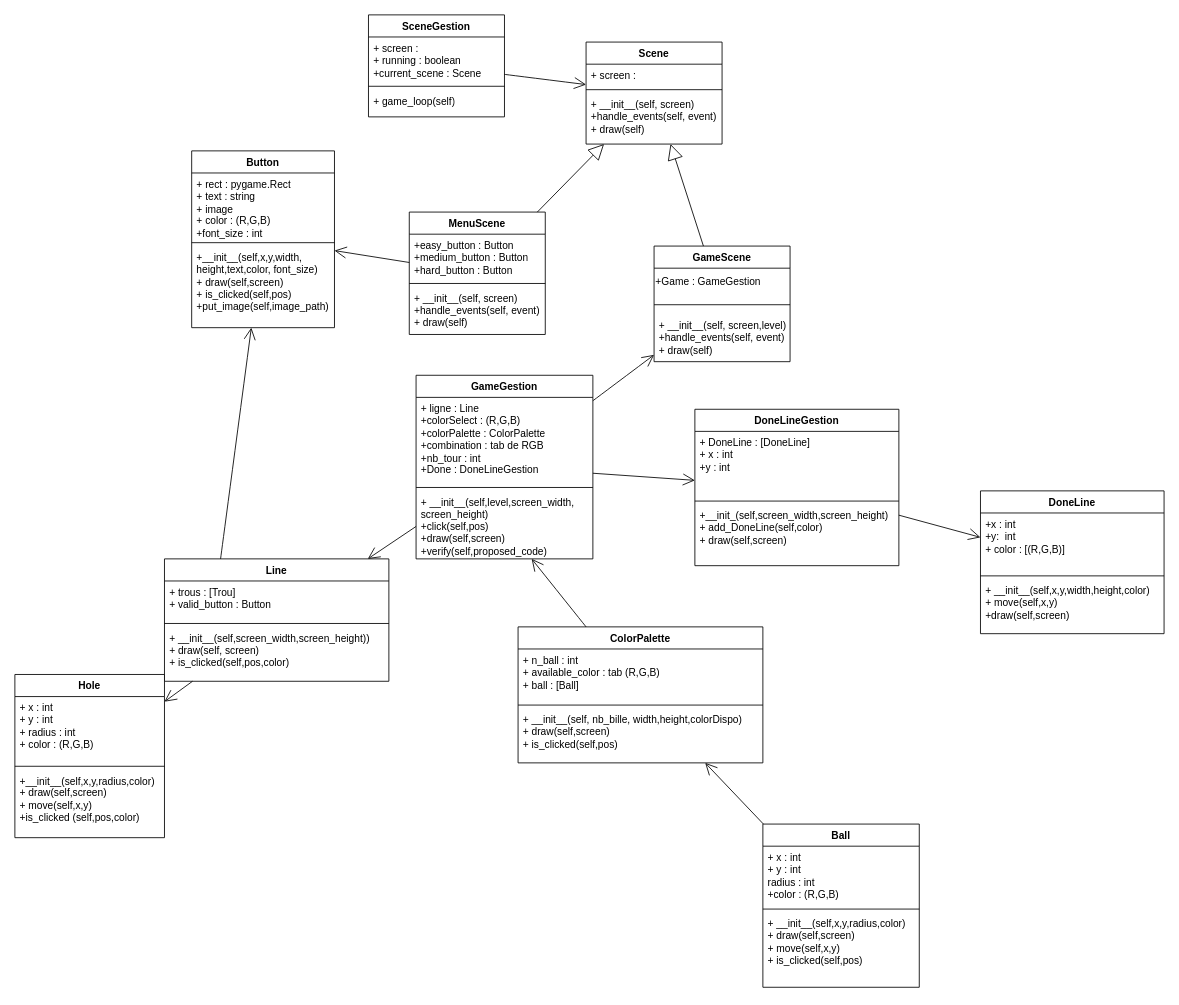
Before: UML_mastermind.drawio in dcr29/mastermind-game, a draw.io diagram. Source tidied: cells renumbered, new cells numbered last; positions are measured from the earlier drawing's top-left corner, leaving out a move shared by most shapes. Both pictures are drawn from the tidied source at 85%, with x=0, y=0 at pixel (14, 14).
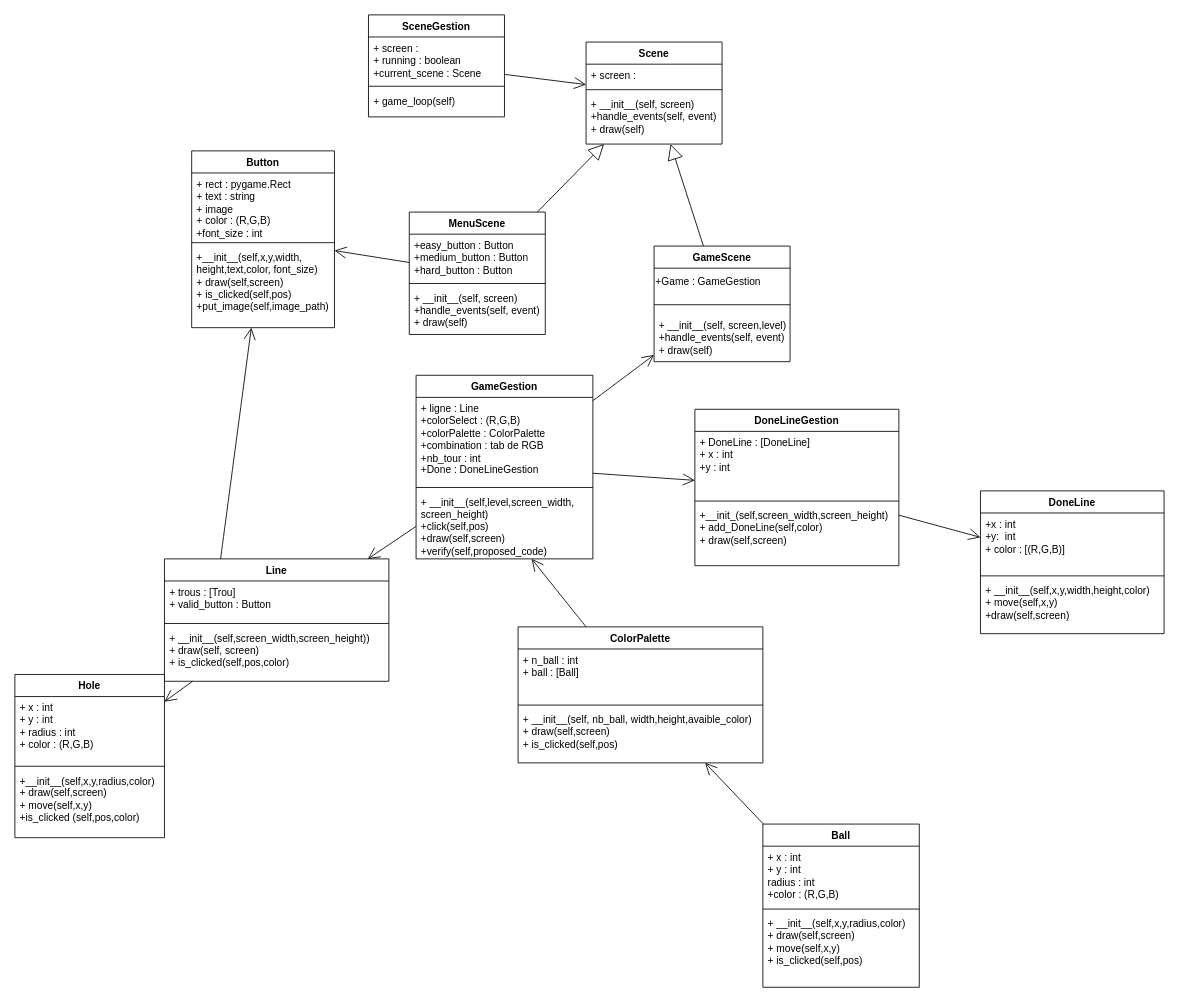
The same page after the edit.

Commit message:
Modif dans colorPalette

Unchanged cells that the change refers to:
```xml
<mxCell id="39" value="ColorPalette" style="swimlane;fontStyle=1;align=center;verticalAlign=top;horizontal=1;startSize=26;whiteSpace=wrap;html=1;" parent="1" vertex="1">
  <mxGeometry x="592" y="720" width="288" height="160" as="geometry" />
</mxCell>
```

What changed in the source:
```diff
@@
-    <mxCell id="40" value="+ n_ball : int&lt;div&gt;+ available_color : tab (R,G,B)&lt;/div&gt;&lt;div&gt;+ ball : [Ball]&lt;/div&gt;" style="text;strokeColor=none;fillColor=none;align=left;verticalAlign=top;spacingLeft=4;spacingRight=4;overflow=hidden;whiteSpace=wrap;html=1;" parent="39" vertex="1">
+    <mxCell id="40" value="+ n_ball : int&lt;div&gt;+ ball : [Ball]&lt;/div&gt;&lt;div&gt;&lt;br&gt;&lt;/div&gt;" style="text;strokeColor=none;fillColor=none;align=left;verticalAlign=top;spacingLeft=4;spacingRight=4;overflow=hidden;whiteSpace=wrap;html=1;" parent="39" vertex="1">
       <mxGeometry y="26" width="288" height="62" as="geometry" />
     </mxCell>
@@
-    <mxCell id="42" value="+ __init__(self, nb_bille, width,height,colorDispo)&lt;div&gt;+ draw(self,screen)&lt;/div&gt;&lt;div&gt;+ is_clicked(self,pos)&lt;/div&gt;" style="text;strokeColor=none;fillColor=none;align=left;verticalAlign=top;spacingLeft=4;spacingRight=4;overflow=hidden;whiteSpace=wrap;html=1;" parent="39" vertex="1">
+    <mxCell id="42" value="+ __init__(self, nb_ball, width,height,avaible_color)&lt;div&gt;+ draw(self,screen)&lt;/div&gt;&lt;div&gt;+ is_clicked(self,pos)&lt;/div&gt;" style="text;strokeColor=none;fillColor=none;align=left;verticalAlign=top;spacingLeft=4;spacingRight=4;overflow=hidden;whiteSpace=wrap;html=1;" parent="39" vertex="1">
       <mxGeometry y="96" width="288" height="64" as="geometry" />
     </mxCell>
```
